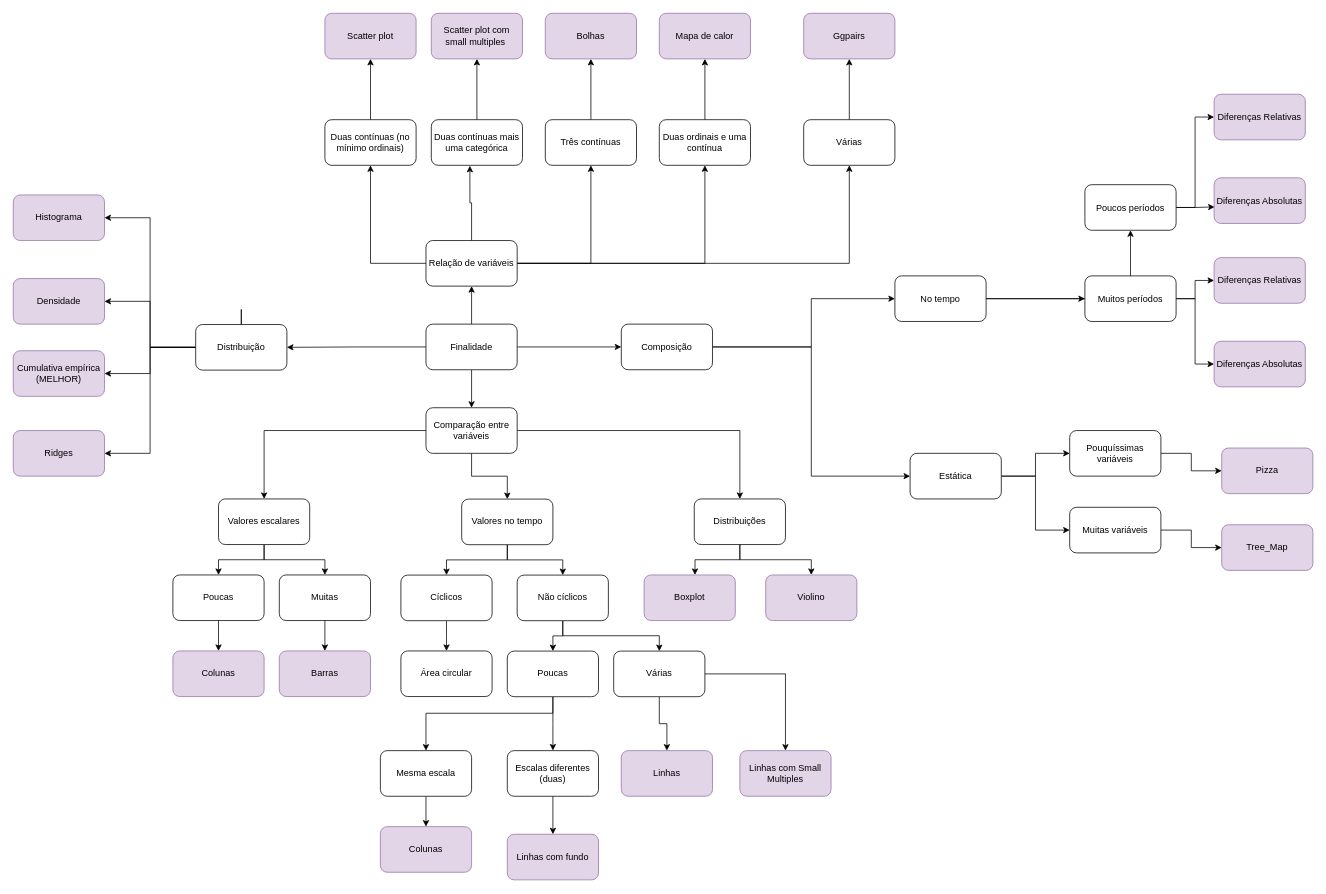
Before: diagramas/graficos.drawio in crotman/CursoR, a draw.io diagram. Source tidied: cells renumbered, new cells numbered last; positions are measured from the earlier drawing's top-left corner, leaving out a move shared by most shapes. Both pictures are drawn from the tidied source at 76%, with x=0, y=0 at pixel (13, 13).
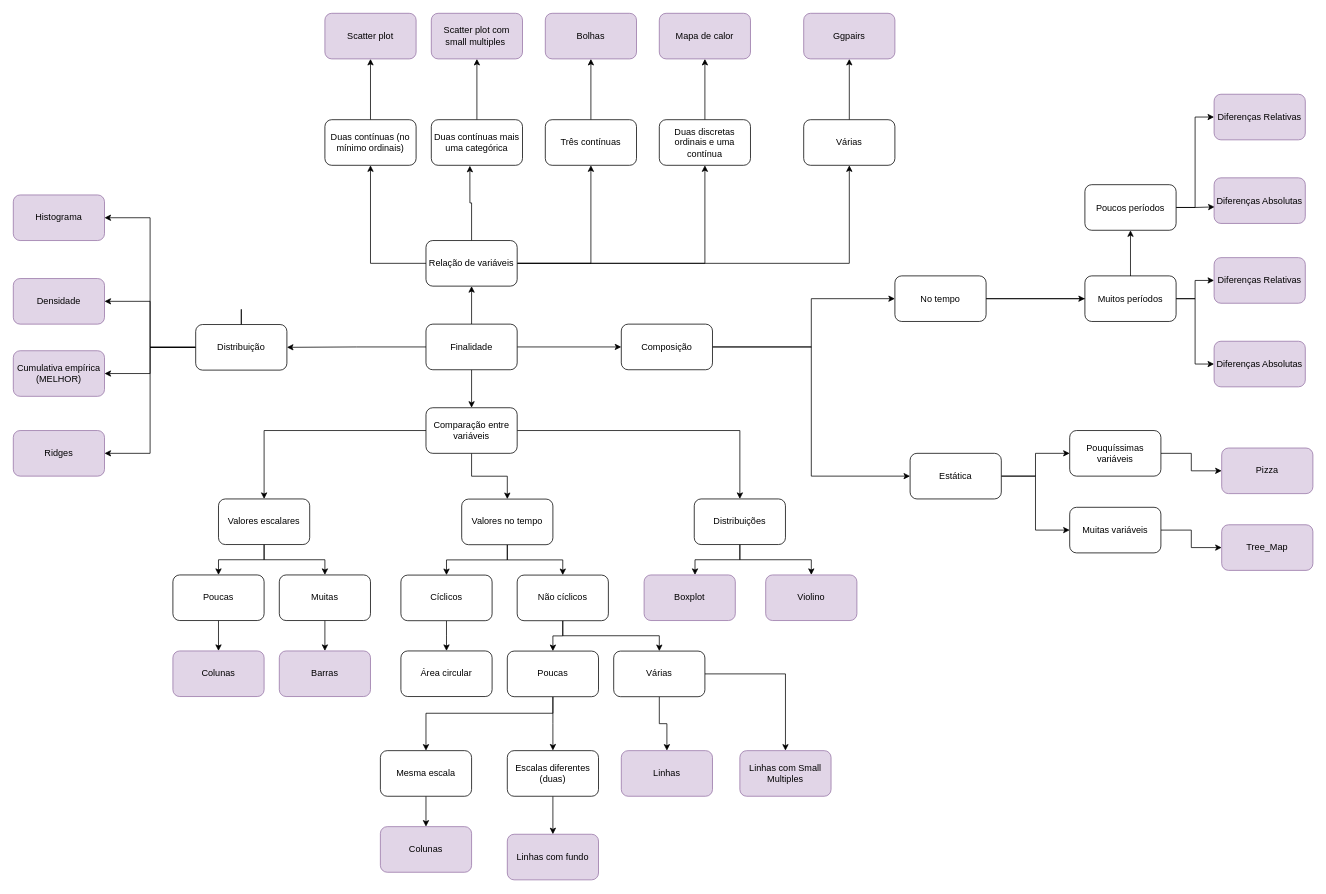
After the change.

Commit message (it also covers changes not shown here):
mais graficos

Change to the diagram source:
```diff
@@
-    <mxCell id="63" value="Duas ordinais e uma contínua" style="rounded=1;whiteSpace=wrap;html=1;" parent="1" vertex="1">
+    <mxCell id="63" value="Duas discretas ordinais e uma contínua" style="rounded=1;whiteSpace=wrap;html=1;" parent="1" vertex="1">
       <mxGeometry x="850" y="140" width="120" height="60" as="geometry" />
     </mxCell>
```
